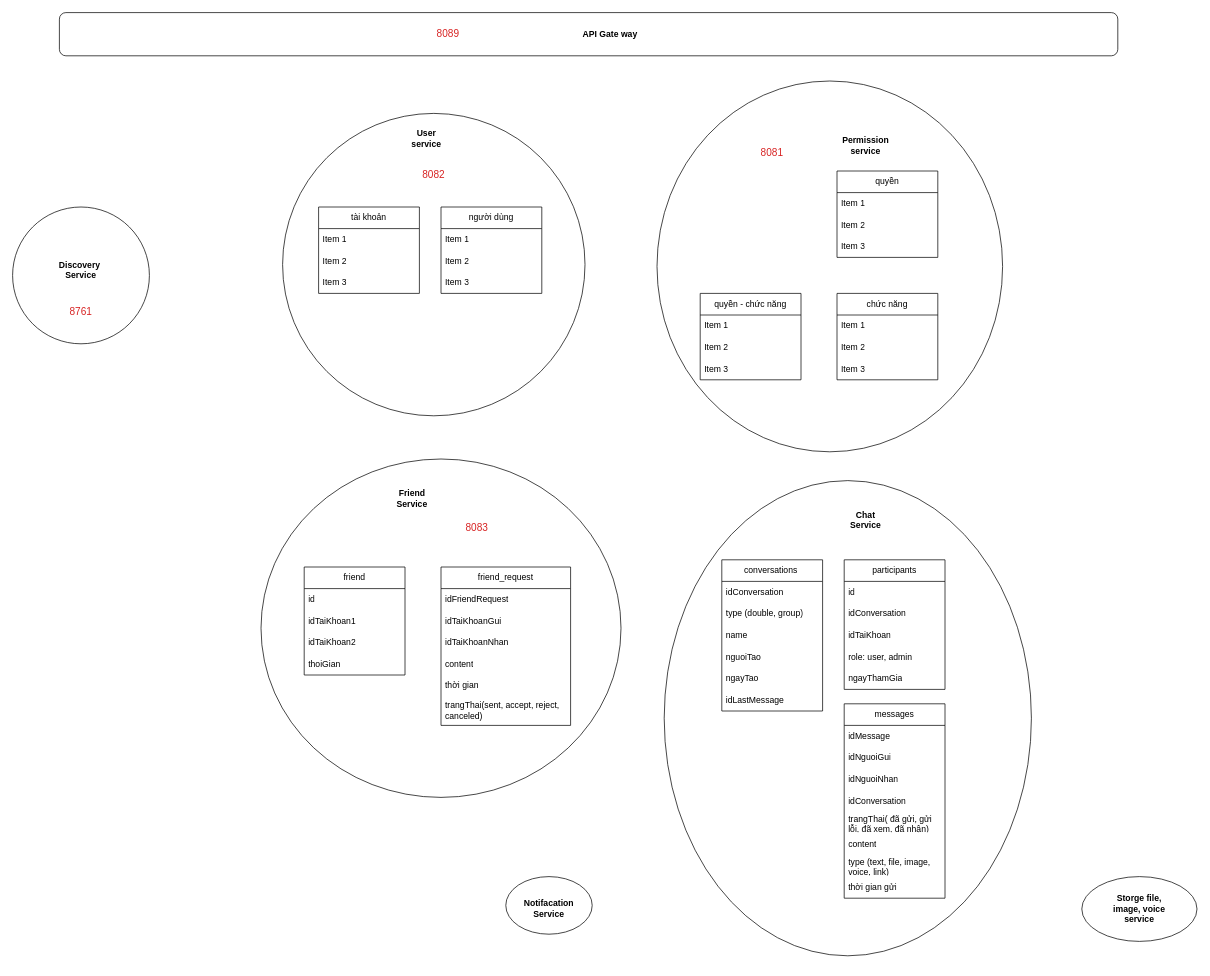
Before: Calligo.drawio in LocNguyenSGU/Calligo, a draw.io diagram. Source tidied: cells renumbered, new cells numbered last; positions are measured from the earlier drawing's top-left corner, leaving out a move shared by most shapes. Both pictures are drawn from the tidied source at 72%, with x=0, y=0 at pixel (12, 12).
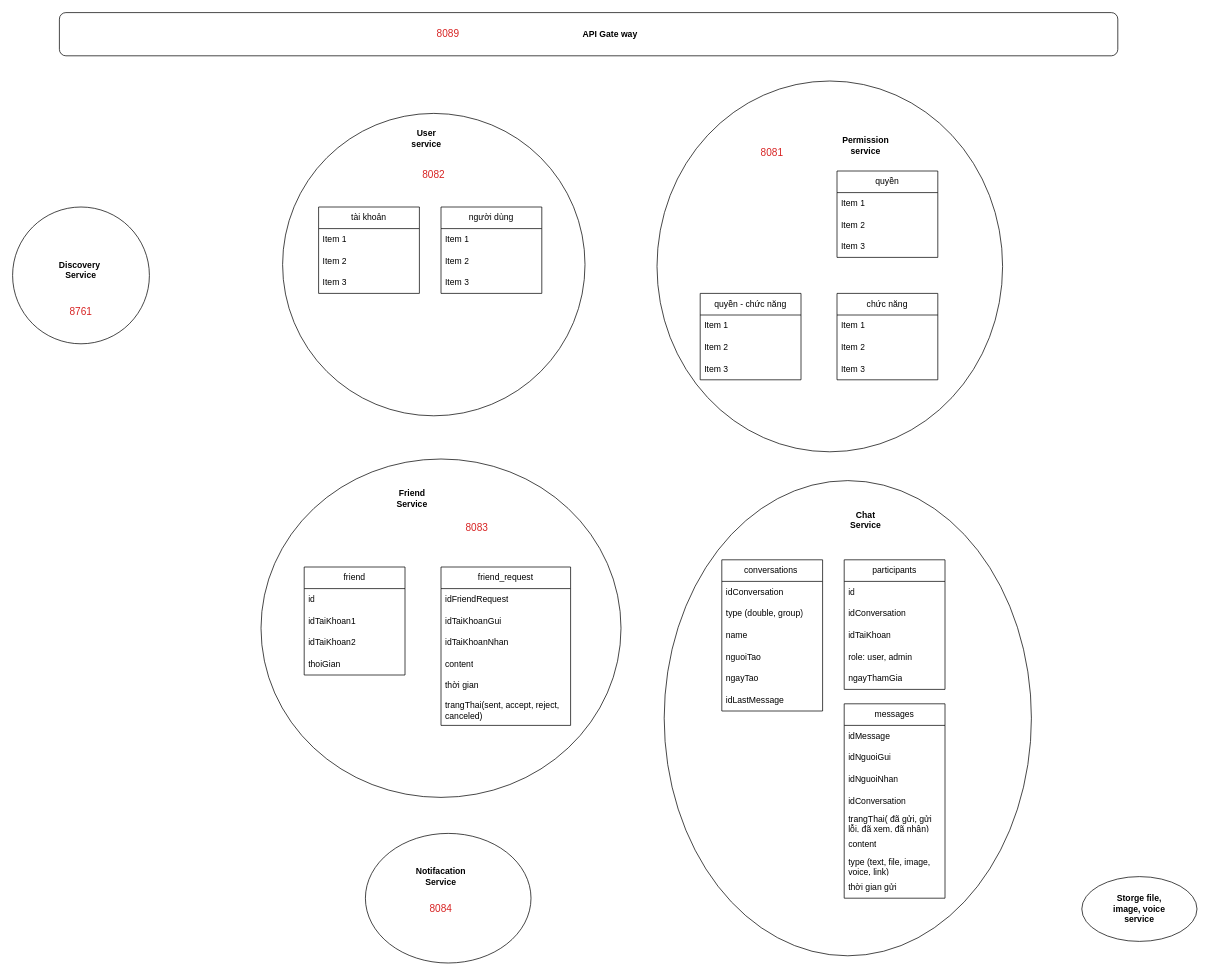
The same diagram, later.

Change to the diagram source:
```diff
@@
     <mxCell id="2" style="ellipse;whiteSpace=wrap;html=1;" parent="1" vertex="1">
-      <mxGeometry x="685" y="1200" width="120" height="80" as="geometry" />
+      <mxGeometry x="490" y="1140" width="230" height="180" as="geometry" />
     </mxCell>
@@
     <mxCell id="54" value="Notifacation Service" style="text;html=1;align=center;verticalAlign=middle;whiteSpace=wrap;rounded=0;fontStyle=1;" parent="1" vertex="1">
-      <mxGeometry x="715" y="1230" width="60" height="30" as="geometry" />
+      <mxGeometry x="565" y="1185" width="60" height="30" as="geometry" />
     </mxCell>
@@
+    <mxCell id="77" value="8084" style="text;html=1;align=center;verticalAlign=middle;whiteSpace=wrap;rounded=0;fontColor=#d72323;fontSize=14;" parent="1" vertex="1">
+      <mxGeometry x="565" y="1230" width="60" height="30" as="geometry" />
+    </mxCell>
```
